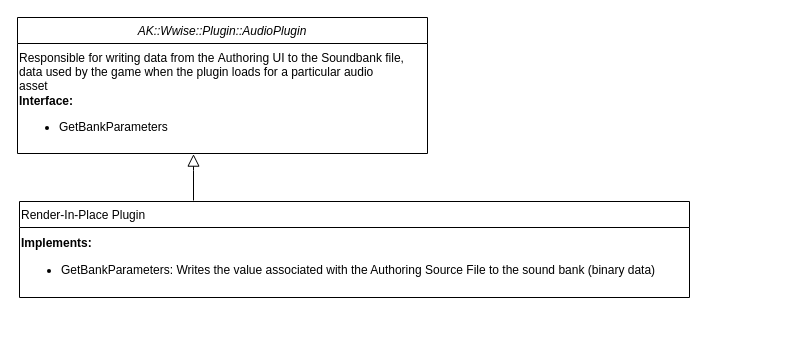
Saber033/Comp-Sci-IA keeps this draw.io diagram as AudioPlugin.drawio. Above is the earlier version. Source tidied: cells renumbered, new cells numbered last; positions are measured from the earlier drawing's top-left corner, leaving out a move shared by most shapes. Both pictures are drawn from the tidied source at 100%, with x=0, y=0 at pixel (17, 17).
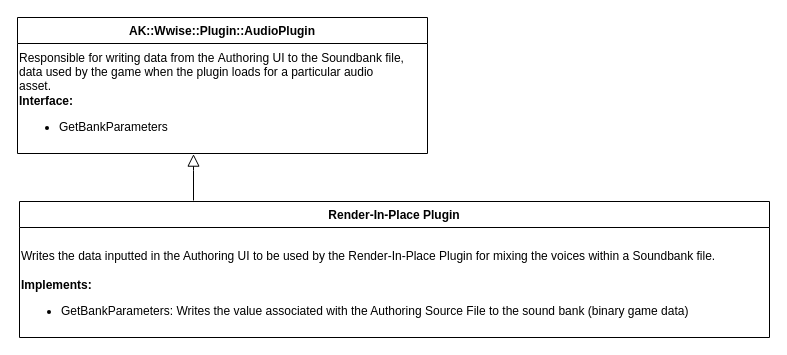
The same diagram, later.

The edit, as a diff of the source:
```diff
@@
 <mxGraphModel>
   <root>
     <mxCell id="0" />
     <mxCell id="1" parent="0" />
-    <mxCell id="2" value="AK::Wwise::Plugin::AudioPlugin" style="swimlane;fontStyle=2;align=center;verticalAlign=top;horizontal=1;startSize=26;rounded=0;shadow=0;strokeWidth=1;" parent="1" vertex="1">
+    <mxCell id="2" value="AK::Wwise::Plugin::AudioPlugin" style="swimlane;fontStyle=1;align=center;verticalAlign=top;horizontal=1;startSize=26;rounded=0;shadow=0;strokeWidth=1;" parent="1" vertex="1">
       <mxGeometry width="410" height="136" as="geometry" />
     </mxCell>
-    <mxCell id="3" value="Responsible for writing data from the&amp;nbsp;&lt;span style=&quot;background-color: transparent; color: light-dark(rgb(0, 0, 0), rgb(255, 255, 255));&quot;&gt;Authoring UI to the Soundbank file,&lt;/span&gt;&lt;div&gt;data used by the game when the&amp;nbsp;&lt;span style=&quot;background-color: transparent; color: light-dark(rgb(0, 0, 0), rgb(255, 255, 255));&quot;&gt;plugin loads for a particular audio&lt;/span&gt;&lt;/div&gt;&lt;div&gt;asset&lt;/div&gt;&lt;div&gt;&lt;span style=&quot;background-color: transparent; color: light-dark(rgb(0, 0, 0), rgb(255, 255, 255));&quot;&gt;&lt;b&gt;Interface:&amp;nbsp;&lt;/b&gt;&lt;/span&gt;&lt;/div&gt;&lt;div&gt;&lt;ul&gt;&lt;li&gt;&lt;span style=&quot;background-color: transparent; color: light-dark(rgb(0, 0, 0), rgb(255, 255, 255));&quot;&gt;GetBankParameters&lt;/span&gt;&lt;/li&gt;&lt;/ul&gt;&lt;/div&gt;" style="text;html=1;align=left;verticalAlign=middle;strokeColor=none;fillColor=none;" parent="2" vertex="1">
+    <mxCell id="3" value="Responsible for writing data from the&amp;nbsp;&lt;span style=&quot;background-color: transparent; color: light-dark(rgb(0, 0, 0), rgb(255, 255, 255));&quot;&gt;Authoring UI to the Soundbank file,&lt;/span&gt;&lt;div&gt;data used by the game when the&amp;nbsp;&lt;span style=&quot;background-color: transparent; color: light-dark(rgb(0, 0, 0), rgb(255, 255, 255));&quot;&gt;plugin loads for a particular audio&lt;/span&gt;&lt;/div&gt;&lt;div&gt;asset.&lt;/div&gt;&lt;div&gt;&lt;span style=&quot;background-color: transparent; color: light-dark(rgb(0, 0, 0), rgb(255, 255, 255));&quot;&gt;&lt;b&gt;Interface:&amp;nbsp;&lt;/b&gt;&lt;/span&gt;&lt;/div&gt;&lt;div&gt;&lt;ul&gt;&lt;li&gt;&lt;span style=&quot;background-color: transparent; color: light-dark(rgb(0, 0, 0), rgb(255, 255, 255));&quot;&gt;GetBankParameters&lt;/span&gt;&lt;/li&gt;&lt;/ul&gt;&lt;/div&gt;" style="text;html=1;align=left;verticalAlign=middle;strokeColor=none;fillColor=none;" parent="2" vertex="1">
       <mxGeometry y="26" width="410" height="110" as="geometry" />
     </mxCell>
-    <mxCell id="4" value="Render-In-Place Plugin" style="swimlane;fontStyle=0;align=left;verticalAlign=top;horizontal=1;startSize=26;rounded=0;shadow=0;strokeWidth=1;" parent="1" vertex="1">
-      <mxGeometry x="2" y="184" width="670" height="96" as="geometry" />
+    <mxCell id="4" value="Render-In-Place Plugin" style="swimlane;fontStyle=1;align=center;verticalAlign=top;horizontal=1;startSize=26;rounded=0;shadow=0;strokeWidth=1;" parent="1" vertex="1">
+      <mxGeometry x="2" y="184" width="750" height="136" as="geometry" />
     </mxCell>
-    <mxCell id="5" value="&lt;b&gt;Implements:&lt;/b&gt;&lt;div&gt;&lt;ul&gt;&lt;li&gt;GetBankParameters: Writes the value associated with the Authoring Source File to the sound bank (binary data)&lt;/li&gt;&lt;/ul&gt;&lt;/div&gt;" style="text;html=1;align=left;verticalAlign=middle;strokeColor=none;fillColor=none;" parent="4" vertex="1">
-      <mxGeometry y="26" width="670" height="70" as="geometry" />
+    <mxCell id="5" value="&lt;div&gt;&lt;br&gt;&lt;/div&gt;&lt;div&gt;Writes the data inputted in the Authoring UI to be used by the Render-In-Place Plugin for mixing the voices within a Soundbank file.&lt;/div&gt;&lt;div style=&quot;&quot;&gt;&lt;br&gt;&lt;/div&gt;&lt;b&gt;Implements:&lt;/b&gt;&lt;div&gt;&lt;ul&gt;&lt;li&gt;GetBankParameters: Writes the value associated with the Authoring Source File to the sound bank (binary game data)&lt;/li&gt;&lt;/ul&gt;&lt;/div&gt;" style="text;html=1;align=left;verticalAlign=middle;strokeColor=none;fillColor=none;" parent="4" vertex="1">
+      <mxGeometry y="26" width="750" height="110" as="geometry" />
     </mxCell>
     <mxCell id="6" style="endArrow=block;endSize=10;endFill=0;shadow=0;strokeWidth=1;rounded=0;elbow=vertical;entryX=0.44;entryY=1.069;entryDx=0;entryDy=0;entryPerimeter=0;" parent="1" edge="1">
       <mxGeometry relative="1" as="geometry">
         <mxPoint x="176" y="183" as="sourcePoint" />
         <mxPoint x="176" y="136.6" as="targetPoint" />
         <Array as="points">
           <mxPoint x="176" y="153" />
         </Array>
       </mxGeometry>
     </mxCell>
   </root>
 </mxGraphModel>
```
